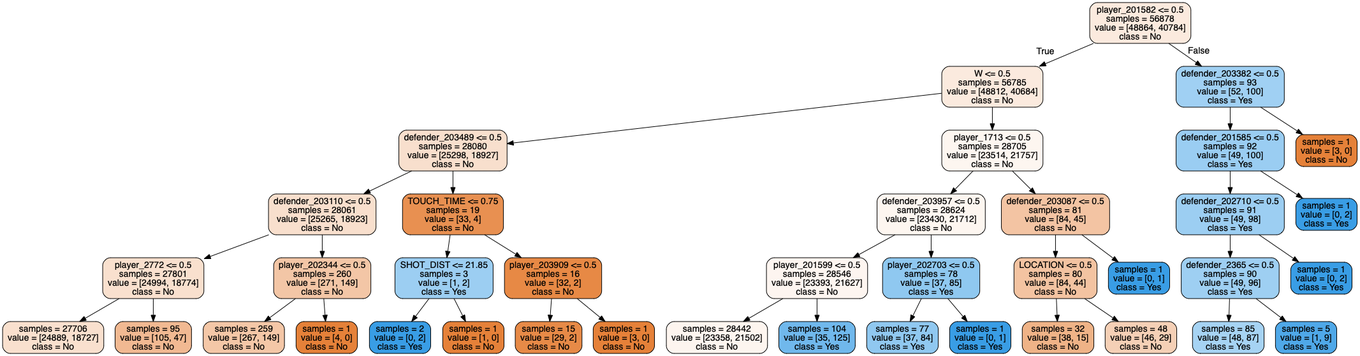
This is forest_tree_new9.png from tianyi5309/303project, a Graphviz export, as it was before one commit. Its source is kept beside it as forest_tree_new9.dot.
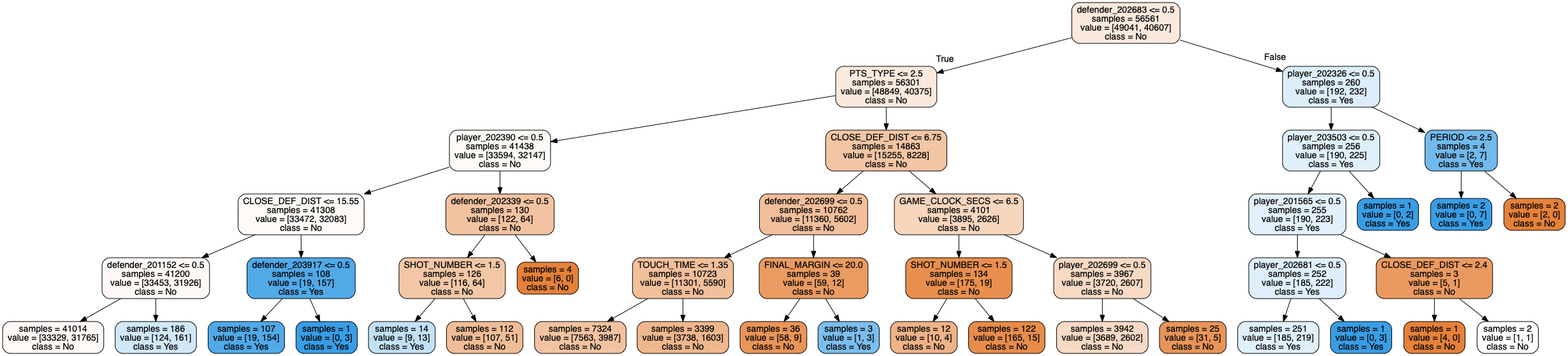
After the change.

The edit, as a diff of the source:
```diff
@@ -1,81 +1,89 @@
 digraph Tree {
 node [shape=box, style="filled, rounded", color="black", fontname=helvetica] ;
 edge [fontname=helvetica] ;
-0 [label="player_201582 <= 0.5\nsamples = 56878\nvalue = [48864, 40784]\nclass = No", fillcolor="#fbeade"] ;
-1 [label="W <= 0.5\nsamples = 56785\nvalue = [48812, 40684]\nclass = No", fillcolor="#fbeade"] ;
+0 [label="defender_202683 <= 0.5\nsamples = 56561\nvalue = [49041, 40607]\nclass = No", fillcolor="#fbe9dd"] ;
+1 [label="PTS_TYPE <= 2.5\nsamples = 56301\nvalue = [48849, 40375]\nclass = No", fillcolor="#fae9dd"] ;
 0 -> 1 [labeldistance=2.5, labelangle=45, headlabel="True"] ;
-2 [label="defender_203489 <= 0.5\nsamples = 28080\nvalue = [25298, 18927]\nclass = No", fillcolor="#f8dfcd"] ;
+2 [label="player_202390 <= 0.5\nsamples = 41438\nvalue = [33594, 32147]\nclass = No", fillcolor="#fefaf6"] ;
 1 -> 2 ;
-3 [label="defender_203110 <= 0.5\nsamples = 28061\nvalue = [25265, 18923]\nclass = No", fillcolor="#f8dfcd"] ;
+3 [label="CLOSE_DEF_DIST <= 15.55\nsamples = 41308\nvalue = [33472, 32083]\nclass = No", fillcolor="#fefaf7"] ;
 2 -> 3 ;
-4 [label="player_2772 <= 0.5\nsamples = 27801\nvalue = [24994, 18774]\nclass = No", fillcolor="#f9e0ce"] ;
+4 [label="defender_201152 <= 0.5\nsamples = 41200\nvalue = [33453, 31926]\nclass = No", fillcolor="#fef9f6"] ;
 3 -> 4 ;
-5 [label="samples = 27706\nvalue = [24889, 18727]\nclass = No", fillcolor="#f9e0ce"] ;
+5 [label="samples = 41014\nvalue = [33329, 31765]\nclass = No", fillcolor="#fef9f6"] ;
 4 -> 5 ;
-6 [label="samples = 95\nvalue = [105, 47]\nclass = No", fillcolor="#f1b992"] ;
+6 [label="samples = 186\nvalue = [124, 161]\nclass = Yes", fillcolor="#d1e8f9"] ;
 4 -> 6 ;
-7 [label="player_202344 <= 0.5\nsamples = 260\nvalue = [271, 149]\nclass = No", fillcolor="#f3c6a6"] ;
+7 [label="defender_203917 <= 0.5\nsamples = 108\nvalue = [19, 157]\nclass = Yes", fillcolor="#51a9e8"] ;
 3 -> 7 ;
-8 [label="samples = 259\nvalue = [267, 149]\nclass = No", fillcolor="#f4c7a7"] ;
+8 [label="samples = 107\nvalue = [19, 154]\nclass = Yes", fillcolor="#51a9e8"] ;
 7 -> 8 ;
-9 [label="samples = 1\nvalue = [4, 0]\nclass = No", fillcolor="#e58139"] ;
+9 [label="samples = 1\nvalue = [0, 3]\nclass = Yes", fillcolor="#399de5"] ;
 7 -> 9 ;
-10 [label="TOUCH_TIME <= 0.75\nsamples = 19\nvalue = [33, 4]\nclass = No", fillcolor="#e89051"] ;
+10 [label="defender_202339 <= 0.5\nsamples = 130\nvalue = [122, 64]\nclass = No", fillcolor="#f3c3a1"] ;
 2 -> 10 ;
-11 [label="SHOT_DIST <= 21.85\nsamples = 3\nvalue = [1, 2]\nclass = Yes", fillcolor="#9ccef2"] ;
+11 [label="SHOT_NUMBER <= 1.5\nsamples = 126\nvalue = [116, 64]\nclass = No", fillcolor="#f3c7a6"] ;
 10 -> 11 ;
-12 [label="samples = 2\nvalue = [0, 2]\nclass = Yes", fillcolor="#399de5"] ;
+12 [label="samples = 14\nvalue = [9, 13]\nclass = Yes", fillcolor="#c2e1f7"] ;
 11 -> 12 ;
-13 [label="samples = 1\nvalue = [1, 0]\nclass = No", fillcolor="#e58139"] ;
+13 [label="samples = 112\nvalue = [107, 51]\nclass = No", fillcolor="#f1bd97"] ;
 11 -> 13 ;
-14 [label="player_203909 <= 0.5\nsamples = 16\nvalue = [32, 2]\nclass = No", fillcolor="#e78945"] ;
+14 [label="samples = 4\nvalue = [6, 0]\nclass = No", fillcolor="#e58139"] ;
 10 -> 14 ;
-15 [label="samples = 15\nvalue = [29, 2]\nclass = No", fillcolor="#e78a47"] ;
-14 -> 15 ;
-16 [label="samples = 1\nvalue = [3, 0]\nclass = No", fillcolor="#e58139"] ;
-14 -> 16 ;
-17 [label="player_1713 <= 0.5\nsamples = 28705\nvalue = [23514, 21757]\nclass = No", fillcolor="#fdf6f0"] ;
-1 -> 17 ;
-18 [label="defender_203957 <= 0.5\nsamples = 28624\nvalue = [23430, 21712]\nclass = No", fillcolor="#fdf6f0"] ;
+15 [label="CLOSE_DEF_DIST <= 6.75\nsamples = 14863\nvalue = [15255, 8228]\nclass = No", fillcolor="#f3c5a4"] ;
+1 -> 15 ;
+16 [label="defender_202699 <= 0.5\nsamples = 10762\nvalue = [11360, 5602]\nclass = No", fillcolor="#f2bf9b"] ;
+15 -> 16 ;
+17 [label="TOUCH_TIME <= 1.35\nsamples = 10723\nvalue = [11301, 5590]\nclass = No", fillcolor="#f2bf9b"] ;
+16 -> 17 ;
+18 [label="samples = 7324\nvalue = [7563, 3987]\nclass = No", fillcolor="#f3c3a1"] ;
 17 -> 18 ;
-19 [label="player_201599 <= 0.5\nsamples = 28546\nvalue = [23393, 21627]\nclass = No", fillcolor="#fdf5f0"] ;
-18 -> 19 ;
-20 [label="samples = 28442\nvalue = [23358, 21502]\nclass = No", fillcolor="#fdf5ef"] ;
-19 -> 20 ;
-21 [label="samples = 104\nvalue = [35, 125]\nclass = Yes", fillcolor="#70b8ec"] ;
-19 -> 21 ;
-22 [label="player_202703 <= 0.5\nsamples = 78\nvalue = [37, 85]\nclass = Yes", fillcolor="#8fc8f0"] ;
-18 -> 22 ;
-23 [label="samples = 77\nvalue = [37, 84]\nclass = Yes", fillcolor="#90c8f0"] ;
-22 -> 23 ;
-24 [label="samples = 1\nvalue = [0, 1]\nclass = Yes", fillcolor="#399de5"] ;
-22 -> 24 ;
-25 [label="defender_203087 <= 0.5\nsamples = 81\nvalue = [84, 45]\nclass = No", fillcolor="#f3c4a3"] ;
-17 -> 25 ;
-26 [label="LOCATION <= 0.5\nsamples = 80\nvalue = [84, 44]\nclass = No", fillcolor="#f3c3a1"] ;
-25 -> 26 ;
-27 [label="samples = 32\nvalue = [38, 15]\nclass = No", fillcolor="#efb387"] ;
-26 -> 27 ;
-28 [label="samples = 48\nvalue = [46, 29]\nclass = No", fillcolor="#f5d0b6"] ;
-26 -> 28 ;
-29 [label="samples = 1\nvalue = [0, 1]\nclass = Yes", fillcolor="#399de5"] ;
-25 -> 29 ;
-30 [label="defender_203382 <= 0.5\nsamples = 93\nvalue = [52, 100]\nclass = Yes", fillcolor="#a0d0f3"] ;
+19 [label="samples = 3399\nvalue = [3738, 1603]\nclass = No", fillcolor="#f0b78e"] ;
+17 -> 19 ;
+20 [label="FINAL_MARGIN <= 20.0\nsamples = 39\nvalue = [59, 12]\nclass = No", fillcolor="#ea9b61"] ;
+16 -> 20 ;
+21 [label="samples = 36\nvalue = [58, 9]\nclass = No", fillcolor="#e99558"] ;
+20 -> 21 ;
+22 [label="samples = 3\nvalue = [1, 3]\nclass = Yes", fillcolor="#7bbeee"] ;
+20 -> 22 ;
+23 [label="GAME_CLOCK_SECS <= 6.5\nsamples = 4101\nvalue = [3895, 2626]\nclass = No", fillcolor="#f7d6be"] ;
+15 -> 23 ;
+24 [label="SHOT_NUMBER <= 1.5\nsamples = 134\nvalue = [175, 19]\nclass = No", fillcolor="#e88f4e"] ;
+23 -> 24 ;
+25 [label="samples = 12\nvalue = [10, 4]\nclass = No", fillcolor="#efb388"] ;
+24 -> 25 ;
+26 [label="samples = 122\nvalue = [165, 15]\nclass = No", fillcolor="#e78c4b"] ;
+24 -> 26 ;
+27 [label="player_202699 <= 0.5\nsamples = 3967\nvalue = [3720, 2607]\nclass = No", fillcolor="#f7d9c4"] ;
+23 -> 27 ;
+28 [label="samples = 3942\nvalue = [3689, 2602]\nclass = No", fillcolor="#f7dac5"] ;
+27 -> 28 ;
+29 [label="samples = 25\nvalue = [31, 5]\nclass = No", fillcolor="#e99559"] ;
+27 -> 29 ;
+30 [label="player_202326 <= 0.5\nsamples = 260\nvalue = [192, 232]\nclass = Yes", fillcolor="#ddeefb"] ;
 0 -> 30 [labeldistance=2.5, labelangle=-45, headlabel="False"] ;
-31 [label="defender_201585 <= 0.5\nsamples = 92\nvalue = [49, 100]\nclass = Yes", fillcolor="#9acdf2"] ;
+31 [label="player_203503 <= 0.5\nsamples = 256\nvalue = [190, 225]\nclass = Yes", fillcolor="#e0f0fb"] ;
 30 -> 31 ;
-32 [label="defender_202710 <= 0.5\nsamples = 91\nvalue = [49, 98]\nclass = Yes", fillcolor="#9ccef2"] ;
+32 [label="player_201565 <= 0.5\nsamples = 255\nvalue = [190, 223]\nclass = Yes", fillcolor="#e2f0fb"] ;
 31 -> 32 ;
-33 [label="defender_2365 <= 0.5\nsamples = 90\nvalue = [49, 96]\nclass = Yes", fillcolor="#9ecff2"] ;
+33 [label="player_202681 <= 0.5\nsamples = 252\nvalue = [185, 222]\nclass = Yes", fillcolor="#deeffb"] ;
 32 -> 33 ;
-34 [label="samples = 85\nvalue = [48, 87]\nclass = Yes", fillcolor="#a6d3f3"] ;
+34 [label="samples = 251\nvalue = [185, 219]\nclass = Yes", fillcolor="#e0f0fb"] ;
 33 -> 34 ;
-35 [label="samples = 5\nvalue = [1, 9]\nclass = Yes", fillcolor="#4fa8e8"] ;
+35 [label="samples = 1\nvalue = [0, 3]\nclass = Yes", fillcolor="#399de5"] ;
 33 -> 35 ;
-36 [label="samples = 1\nvalue = [0, 2]\nclass = Yes", fillcolor="#399de5"] ;
+36 [label="CLOSE_DEF_DIST <= 2.4\nsamples = 3\nvalue = [5, 1]\nclass = No", fillcolor="#ea9a61"] ;
 32 -> 36 ;
-37 [label="samples = 1\nvalue = [0, 2]\nclass = Yes", fillcolor="#399de5"] ;
-31 -> 37 ;
-38 [label="samples = 1\nvalue = [3, 0]\nclass = No", fillcolor="#e58139"] ;
-30 -> 38 ;
+37 [label="samples = 1\nvalue = [4, 0]\nclass = No", fillcolor="#e58139"] ;
+36 -> 37 ;
+38 [label="samples = 2\nvalue = [1, 1]\nclass = No", fillcolor="#ffffff"] ;
+36 -> 38 ;
+39 [label="samples = 1\nvalue = [0, 2]\nclass = Yes", fillcolor="#399de5"] ;
+31 -> 39 ;
+40 [label="PERIOD <= 2.5\nsamples = 4\nvalue = [2, 7]\nclass = Yes", fillcolor="#72b9ec"] ;
+30 -> 40 ;
+41 [label="samples = 2\nvalue = [0, 7]\nclass = Yes", fillcolor="#399de5"] ;
+40 -> 41 ;
+42 [label="samples = 2\nvalue = [2, 0]\nclass = No", fillcolor="#e58139"] ;
+40 -> 42 ;
 }
```
